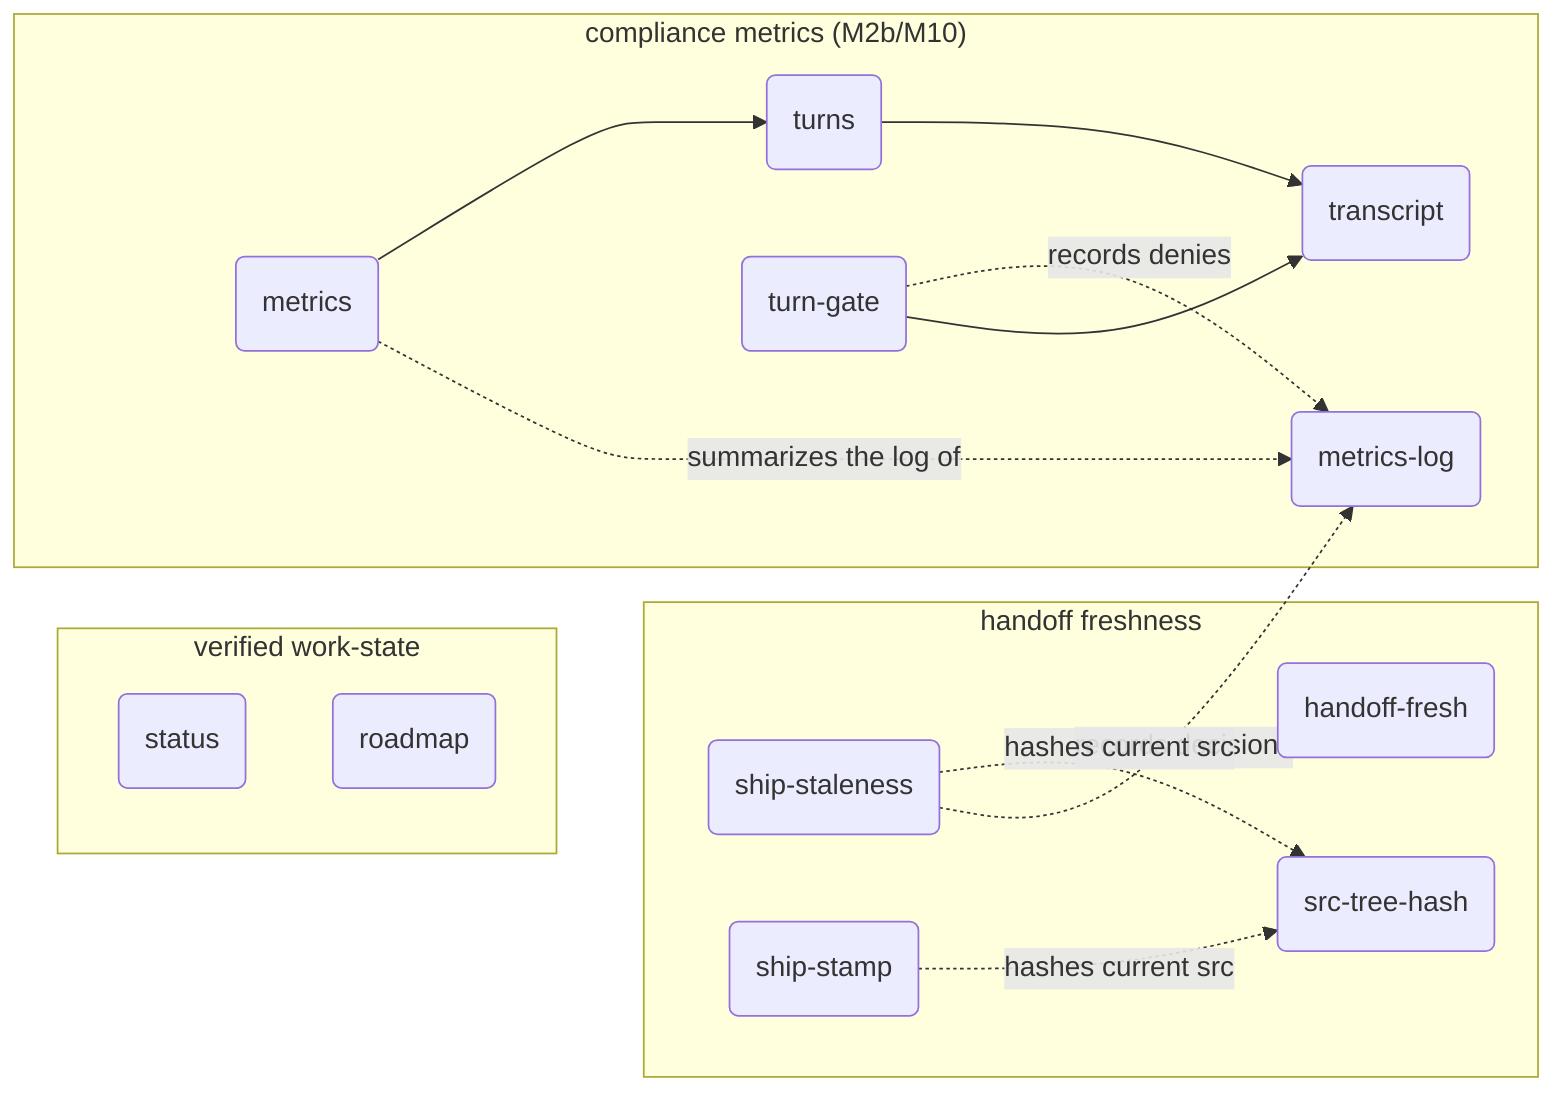
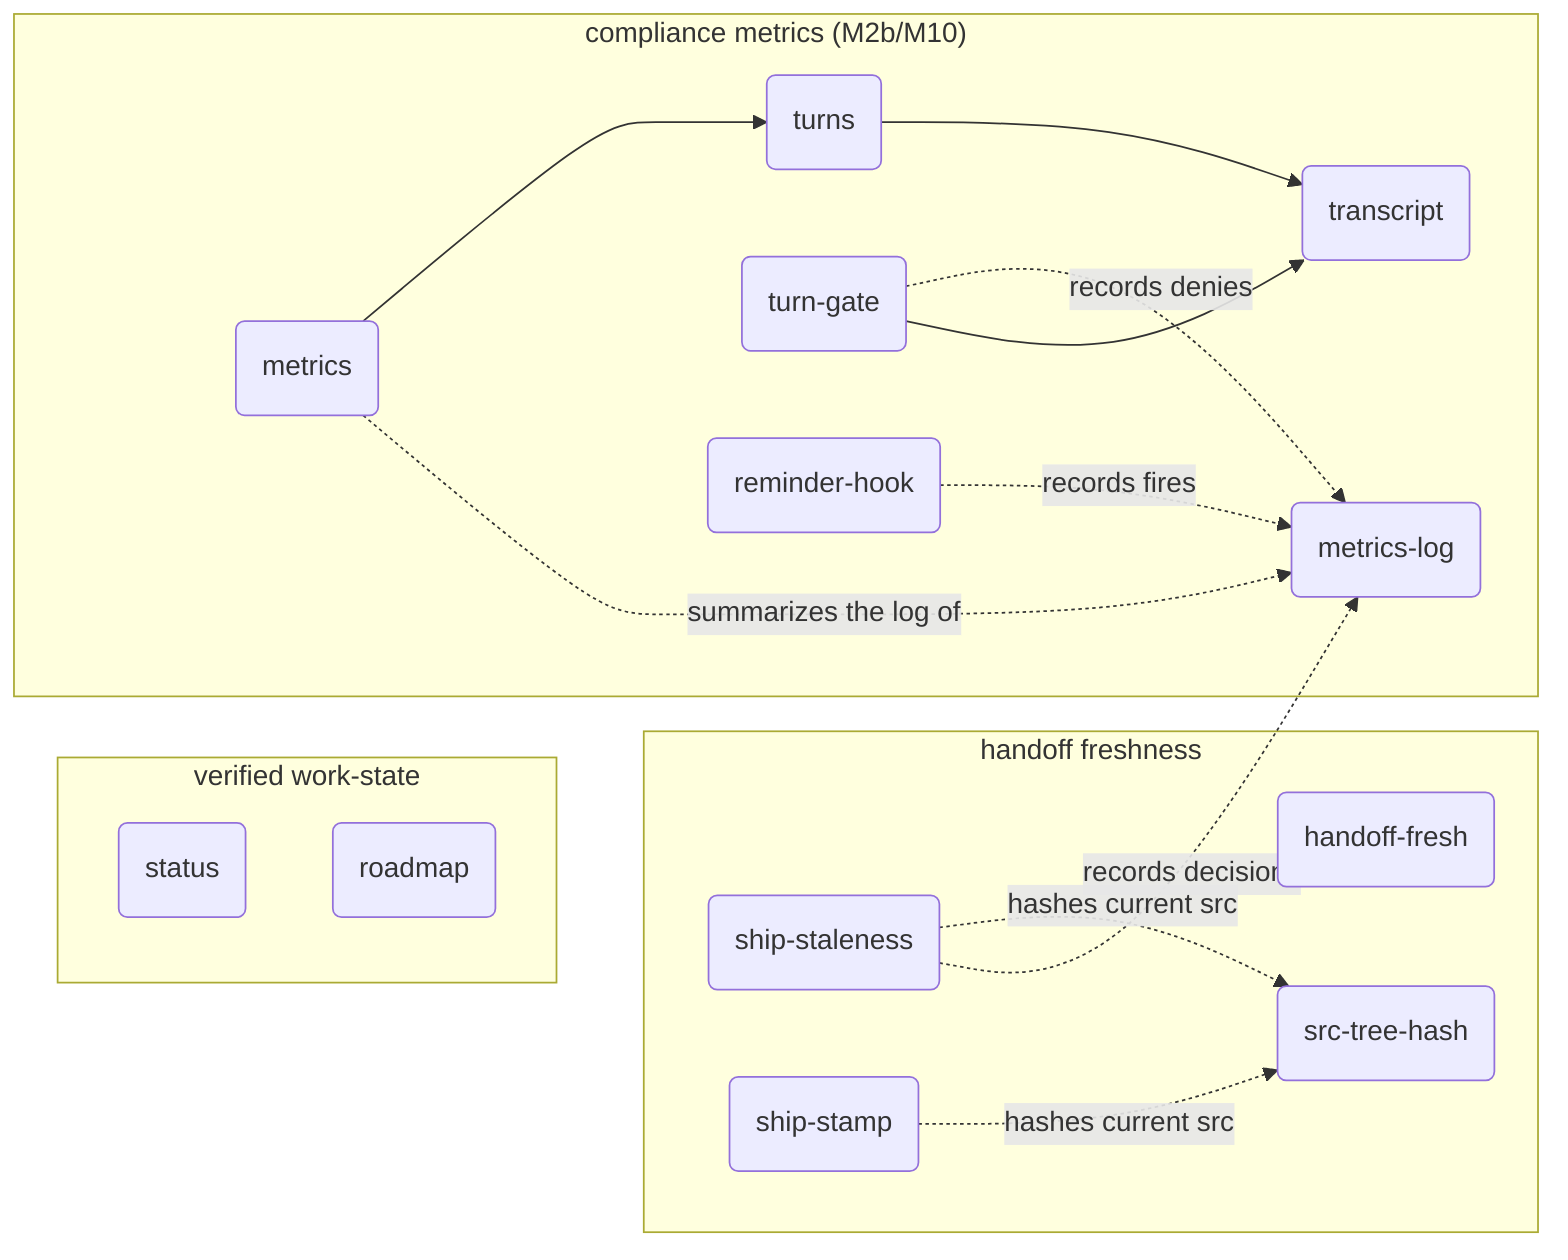
flowchart LR
%% root flowmapContinuity

%% src status tools/flowmap/status.mjs
%% kind status service
%% fm:meta status name=status
%% fm:meta status desc=verified work-state compare a plan proposed signatures against live code built pending drifted missing

%% src roadmap tools/flowmap/roadmap.mjs
%% kind roadmap service
%% fm:meta roadmap name=roadmap
%% fm:meta roadmap desc=compute roadmap phase status from predicates and audit the no prose status ban

%% src handoff tools/flowmap/handoff-fresh.mjs#checkContentClaims
%% kind handoff service
%% fm:meta handoff name=handoff-fresh
%% fm:meta handoff desc=detect when the handoff lags commits and falsify not yet committed prose claims

%% src shipStaleness tools/flowmap/ship-staleness.mjs
%% kind shipStaleness service
%% fm:meta shipStaleness name=ship-staleness
%% fm:meta shipStaleness desc=Stop hook block a session end while src content hash differs from the last recorded ship stamp

%% src shipStamp tools/flowmap/ship-stamp.mjs
%% kind shipStamp service
%% fm:meta shipStamp name=ship-stamp
%% fm:meta shipStamp desc=last step of flowmap ship record the current src content hash to docs flowmap ship-stamp.json

%% src srcTreeHash tools/flowmap/lib/src-tree-hash.mjs#srcTreeHash
%% kind srcTreeHash module
%% fm:meta srcTreeHash name=src-tree-hash
%% fm:meta srcTreeHash desc=git plumbing content hash of a directory working tree scratch index add write-tree no timestamps

%% src metrics tools/flowmap/metrics.mjs
%% kind metrics service
%% fm:meta metrics name=metrics
%% fm:meta metrics desc=M2b summarize the compliance log into rates quiz gate ship cert unproven and wrap ship runs transparently

%% src metricsLog tools/flowmap/lib/metrics-log.mjs#recordEvent
%% kind metricsLog module
%% fm:meta metricsLog name=metrics-log
%% fm:meta metricsLog desc=fail silent JSONL emitter the gates quiz and verdict tools import logging may never change a decision

%% src turns tools/flowmap/turns.mjs
%% kind turns service
%% fm:meta turns name=turns
%% fm:meta turns desc=M10 measure turn discipline batch ratio cache read tokens subagent tokens tokens to first src edit over session transcripts

%% src transcriptLib tools/flowmap/lib/transcript.mjs#parseTranscript
%% kind transcriptLib module
%% fm:meta transcriptLib name=transcript
%% fm:meta transcriptLib desc=shared Claude Code transcript parser dedupe assistant API calls by message id merge usage accumulate tool uses

%% src turnGate tools/flowmap/turn-gate.mjs
%% kind turnGate service
%% fm:meta turnGate name=turn-gate
%% fm:meta turnGate desc=M10 force PreToolUse gate denies a streak of four or more consecutive single-read turns fails open on unreadable input one free retry marker

+ %% src reminderHook tools/flowmap/reminder-hook.mjs
+ %% kind reminderHook service
+ %% fm:meta reminderHook name=reminder-hook
+ %% fm:meta reminderHook desc=PreToolUse hook throttled advisory reminder injection into main-agent context fail-open never emits decision or permissionDecision
+ 
%% parent co_state flowmapContinuity
%% parent co_handoff flowmapContinuity
%% parent co_metrics flowmapContinuity

  subgraph co_state ["verified work-state"]
    status("status")
    roadmap("roadmap")
  end

  subgraph co_handoff ["handoff freshness"]
    handoff("handoff-fresh")
    shipStaleness("ship-staleness")
    shipStamp("ship-stamp")
    srcTreeHash("src-tree-hash")
  end

  subgraph co_metrics ["compliance metrics (M2b/M10)"]
    metrics("metrics")
    metricsLog("metrics-log")
    turns("turns")
    transcriptLib("transcript")
    turnGate("turn-gate")
+     reminderHook("reminder-hook")
  end

  metrics -.->|summarizes the log of| metricsLog
  shipStaleness -.->|records decisions| metricsLog
  shipStaleness -.->|hashes current src| srcTreeHash
  shipStamp -.->|hashes current src| srcTreeHash
  metrics --> turns
  turns --> transcriptLib
  turnGate --> transcriptLib
  turnGate -.->|records denies| metricsLog
+   reminderHook -.->|records fires| metricsLog
